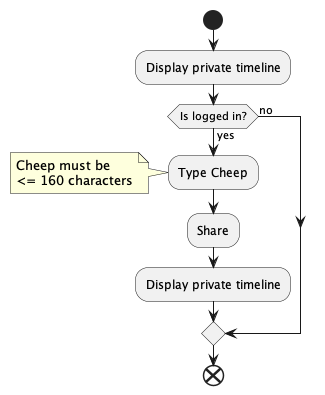
Earlier version of the PlantUML export docs/diagrams/ActivityDiagramCheep.png (ITU-BDSA23-GROUP9/Chirp). Its diagram source:
```plantuml
@startuml
start
:Display private timeline;
if (Is logged in?) then (yes)
    :Type Cheep;
    note left
        Cheep must be
        <= 160 characters
    end note
    :Share;
    :Display private timeline;
else (no)
endif
end
@enduml
```
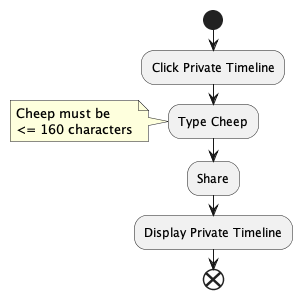
After the change.

Commit message:
Fixing cheep diagram

Change to the diagram source:
```diff
@@ -1,15 +1,12 @@
 @startuml
 start
-:Display private timeline;
-if (Is logged in?) then (yes)
+:Click Private Timeline;
     :Type Cheep;
     note left
         Cheep must be
         <= 160 characters
     end note
     :Share;
-    :Display private timeline;
-else (no)
-endif
+    :Display Private Timeline;
 end
 @enduml
```
